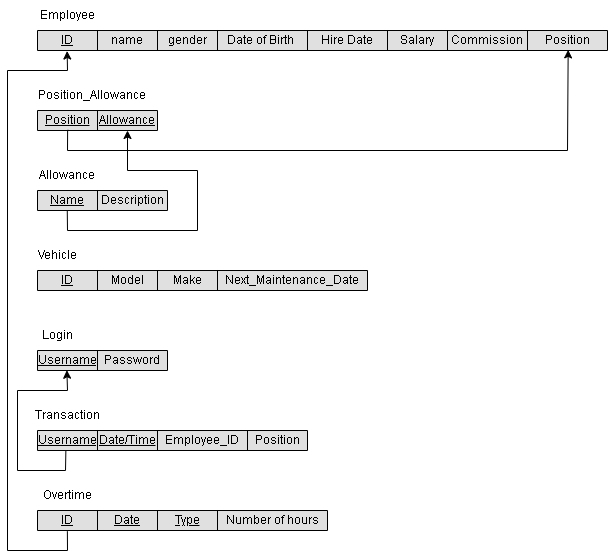
Above: Phase 1/Relational Schema.drawio.png in AhmedElkhashn/DB-project (draw.io), before the change. Source tidied: cells renumbered, new cells last; positions are measured from the earlier drawing's top-left corner, leaving out a move shared by most shapes.
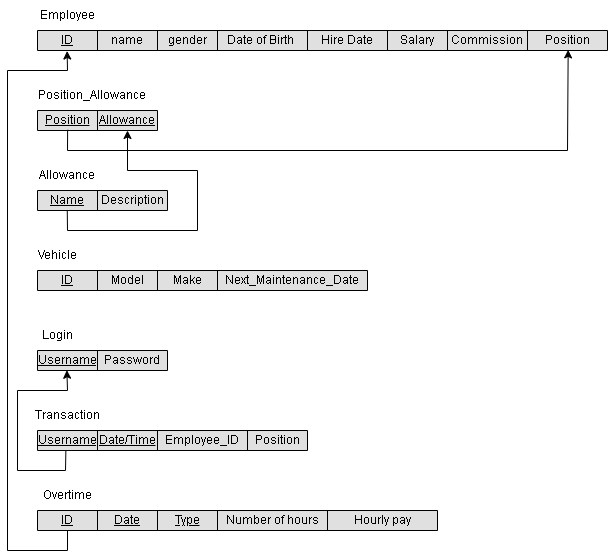
Above is the later version.

The edit, as a diff of the source:
```diff
@@ -151,10 +151,10 @@
       </mxGeometry>
     </mxCell>
     <mxCell id="45" style="shape=table;startSize=0;fontSize=16;fillColor=#E0E0E0;fontColor=#333333;strokeColor=#000000;fontStyle=4;" parent="1" vertex="1">
-      <mxGeometry x="30" y="510" width="290" height="20" as="geometry" />
+      <mxGeometry x="30" y="510" width="400" height="20" as="geometry" />
     </mxCell>
     <mxCell id="46" style="shape=tableRow;horizontal=0;startSize=0;swimlaneHead=0;swimlaneBody=0;strokeColor=inherit;top=0;left=0;bottom=0;right=0;fillColor=none;points=[[0,0.5],[1,0.5]];portConstraint=eastwest;fontSize=16;" parent="45" vertex="1">
-      <mxGeometry width="290" height="20" as="geometry" />
+      <mxGeometry width="400" height="20" as="geometry" />
     </mxCell>
     <mxCell id="47" value="&lt;u&gt;ID&lt;/u&gt;" style="shape=partialRectangle;html=1;whiteSpace=wrap;strokeColor=inherit;overflow=hidden;fillColor=none;top=0;left=0;bottom=0;right=0;fontSize=12;" parent="46" vertex="1">
       <mxGeometry width="60" height="20" as="geometry" />
@@ -168,10 +168,13 @@
     <mxCell id="50" value="Number of hours" style="shape=partialRectangle;html=1;whiteSpace=wrap;strokeColor=inherit;overflow=hidden;fillColor=none;top=0;left=0;bottom=0;right=0;fontSize=12;" parent="46" vertex="1">
       <mxGeometry x="180" width="110" height="20" as="geometry" />
     </mxCell>
+    <mxCell id="53" value="Hourly pay" style="shape=partialRectangle;html=1;whiteSpace=wrap;strokeColor=inherit;overflow=hidden;fillColor=none;top=0;left=0;bottom=0;right=0;fontSize=12;" parent="46" vertex="1">
+      <mxGeometry x="290" width="110" height="20" as="geometry" />
+    </mxCell>
     <mxCell id="51" value="Overtime" style="text;html=1;strokeColor=none;fillColor=none;align=center;verticalAlign=middle;whiteSpace=wrap;rounded=0;" parent="1" vertex="1">
       <mxGeometry x="30" y="480" width="60" height="30" as="geometry" />
     </mxCell>
-    <mxCell id="52" style="endArrow=classic;html=1;rounded=0;exitX=0.103;exitY=1.038;exitDx=0;exitDy=0;exitPerimeter=0;entryX=0.052;entryY=1.026;entryDx=0;entryDy=0;entryPerimeter=0;" parent="1" edge="1" source="46" target="3">
+    <mxCell id="52" style="endArrow=classic;html=1;rounded=0;exitX=0.075;exitY=1.011;exitDx=0;exitDy=0;exitPerimeter=0;entryX=0.052;entryY=1.026;entryDx=0;entryDy=0;entryPerimeter=0;" parent="1" edge="1" source="46" target="3">
       <mxGeometry relative="1" as="geometry">
         <Array as="points">
           <mxPoint x="60" y="550" />
```
